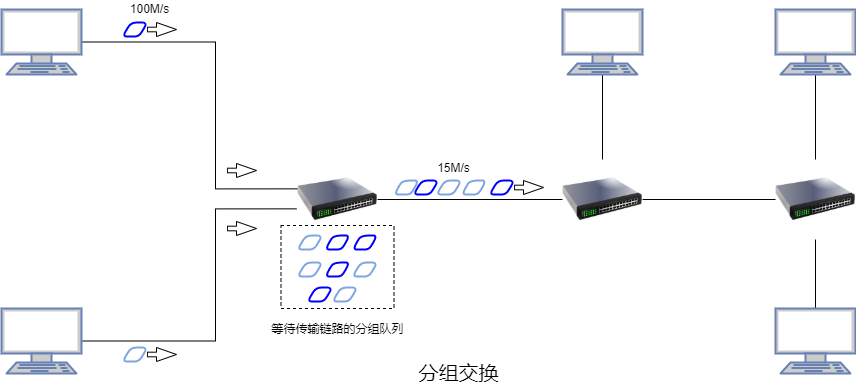
Earlier version of the draw.io export compute-networking/img/packet_switching.png (an-die-freude/computer-network-note). Source tidied: cells renumbered, new cells last; positions are measured from the earlier drawing's top-left corner, leaving out a move shared by most shapes. Source of this version:
```xml
<mxGraphModel>
  <root>
    <mxCell id="0" />
    <mxCell id="1" parent="0" />
    <mxCell id="2" style="edgeStyle=orthogonalEdgeStyle;rounded=0;jettySize=auto;html=1;entryX=0.004;entryY=0.367;entryDx=0;entryDy=0;endArrow=none;endFill=0;entryPerimeter=0;" parent="1" edge="1" source="3" target="7">
      <mxGeometry relative="1" as="geometry">
        <Array as="points">
          <mxPoint x="214" y="42" />
          <mxPoint x="214" y="188" />
        </Array>
      </mxGeometry>
    </mxCell>
    <mxCell id="3" style="fontColor=#0066CC;verticalAlign=top;verticalLabelPosition=bottom;labelPosition=center;align=center;html=1;outlineConnect=0;fillColor=#CCCCCC;strokeColor=#6881B3;gradientColor=none;gradientDirection=north;strokeWidth=2;shape=mxgraph.networks.terminal;" parent="1" vertex="1">
      <mxGeometry y="9" width="80" height="65" as="geometry" />
    </mxCell>
    <mxCell id="4" style="edgeStyle=orthogonalEdgeStyle;rounded=0;jettySize=auto;html=1;entryX=-0.012;entryY=0.617;entryDx=0;entryDy=0;endArrow=none;endFill=0;entryPerimeter=0;" parent="1" edge="1" source="5" target="7">
      <mxGeometry relative="1" as="geometry">
        <Array as="points">
          <mxPoint x="214" y="341" />
          <mxPoint x="214" y="208" />
        </Array>
      </mxGeometry>
    </mxCell>
    <mxCell id="5" style="fontColor=#0066CC;verticalAlign=top;verticalLabelPosition=bottom;labelPosition=center;align=center;html=1;outlineConnect=0;fillColor=#CCCCCC;strokeColor=#6881B3;gradientColor=none;gradientDirection=north;strokeWidth=2;shape=mxgraph.networks.terminal;" parent="1" vertex="1">
      <mxGeometry y="308" width="80" height="65" as="geometry" />
    </mxCell>
    <mxCell id="6" style="edgeStyle=orthogonalEdgeStyle;rounded=0;jettySize=auto;html=1;entryX=0;entryY=0.5;entryDx=0;entryDy=0;endArrow=none;endFill=0;" parent="1" edge="1" source="7" target="11">
      <mxGeometry relative="1" as="geometry" />
    </mxCell>
    <mxCell id="7" style="image;html=1;image=img/lib/clip_art/networking/Switch_128x128.png;" parent="1" vertex="1">
      <mxGeometry x="296" y="159" width="80" height="80" as="geometry" />
    </mxCell>
    <mxCell id="8" style="edgeStyle=orthogonalEdgeStyle;rounded=0;jettySize=auto;html=1;endArrow=none;endFill=0;" parent="1" edge="1" source="9" target="11">
      <mxGeometry relative="1" as="geometry" />
    </mxCell>
    <mxCell id="9" style="fontColor=#0066CC;verticalAlign=top;verticalLabelPosition=bottom;labelPosition=center;align=center;html=1;outlineConnect=0;fillColor=#CCCCCC;strokeColor=#6881B3;gradientColor=none;gradientDirection=north;strokeWidth=2;shape=mxgraph.networks.terminal;" parent="1" vertex="1">
      <mxGeometry x="561" y="9" width="80" height="65" as="geometry" />
    </mxCell>
    <mxCell id="10" style="edgeStyle=orthogonalEdgeStyle;rounded=0;jettySize=auto;html=1;endArrow=none;endFill=0;" parent="1" edge="1" source="11" target="13">
      <mxGeometry relative="1" as="geometry" />
    </mxCell>
    <mxCell id="11" style="image;html=1;image=img/lib/clip_art/networking/Switch_128x128.png;" parent="1" vertex="1">
      <mxGeometry x="561" y="159" width="80" height="80" as="geometry" />
    </mxCell>
    <mxCell id="12" style="edgeStyle=orthogonalEdgeStyle;rounded=0;jettySize=auto;html=1;endArrow=none;endFill=0;" parent="1" edge="1" source="13" target="16">
      <mxGeometry relative="1" as="geometry" />
    </mxCell>
    <mxCell id="13" style="image;html=1;image=img/lib/clip_art/networking/Switch_128x128.png;imageBorder=none;" parent="1" vertex="1">
      <mxGeometry x="774" y="159" width="80" height="80" as="geometry" />
    </mxCell>
    <mxCell id="14" style="edgeStyle=orthogonalEdgeStyle;rounded=0;jettySize=auto;html=1;endArrow=none;endFill=0;" parent="1" edge="1" source="15" target="13">
      <mxGeometry relative="1" as="geometry" />
    </mxCell>
    <mxCell id="15" style="fontColor=#0066CC;verticalAlign=top;verticalLabelPosition=bottom;labelPosition=center;align=center;html=1;outlineConnect=0;fillColor=#CCCCCC;strokeColor=#6881B3;gradientColor=none;gradientDirection=north;strokeWidth=2;shape=mxgraph.networks.terminal;" parent="1" vertex="1">
      <mxGeometry x="774" y="9" width="80" height="65" as="geometry" />
    </mxCell>
    <mxCell id="16" style="fontColor=#0066CC;verticalAlign=top;verticalLabelPosition=bottom;labelPosition=center;align=center;html=1;outlineConnect=0;fillColor=#CCCCCC;strokeColor=#6881B3;gradientColor=none;gradientDirection=north;strokeWidth=2;shape=mxgraph.networks.terminal;" parent="1" vertex="1">
      <mxGeometry x="774" y="308" width="80" height="65" as="geometry" />
    </mxCell>
    <mxCell id="17" style="shape=parallelogram;html=1;strokeWidth=2;perimeter=parallelogramPerimeter;whiteSpace=wrap;rounded=1;arcSize=12;size=0.340001220703125;strokeColor=#0000FF;" parent="1" vertex="1">
      <mxGeometry x="121" y="22" width="25" height="14" as="geometry" />
    </mxCell>
    <mxCell id="18" style="html=1;shadow=0;dashed=0;align=center;verticalAlign=middle;shape=mxgraph.arrows2.arrow;dy=0.67;dx=20;notch=0;" parent="1" vertex="1">
      <mxGeometry x="146" y="22" width="29" height="14" as="geometry" />
    </mxCell>
    <mxCell id="19" style="shape=parallelogram;html=1;strokeWidth=2;perimeter=parallelogramPerimeter;whiteSpace=wrap;rounded=1;arcSize=12;size=0.340001220703125;strokeColor=#7EA6E0;" parent="1" vertex="1">
      <mxGeometry x="121" y="347" width="25" height="14" as="geometry" />
    </mxCell>
    <mxCell id="20" style="html=1;shadow=0;dashed=0;align=center;verticalAlign=middle;shape=mxgraph.arrows2.arrow;dy=0.67;dx=20;notch=0;" parent="1" vertex="1">
      <mxGeometry x="146" y="347" width="29" height="14" as="geometry" />
    </mxCell>
    <mxCell id="21" style="shape=parallelogram;html=1;strokeWidth=2;perimeter=parallelogramPerimeter;whiteSpace=wrap;rounded=1;arcSize=38;size=0.340001220703125;strokeColor=#0000FF;" parent="1" vertex="1">
      <mxGeometry x="323.5" y="235" width="25" height="14" as="geometry" />
    </mxCell>
    <mxCell id="22" style="shape=parallelogram;html=1;strokeWidth=2;perimeter=parallelogramPerimeter;whiteSpace=wrap;rounded=1;arcSize=38;size=0.340001220703125;strokeColor=#0000FF;" parent="1" vertex="1">
      <mxGeometry x="323.5" y="262" width="25" height="14" as="geometry" />
    </mxCell>
    <mxCell id="23" style="shape=parallelogram;html=1;strokeWidth=2;perimeter=parallelogramPerimeter;whiteSpace=wrap;rounded=1;arcSize=38;size=0.340001220703125;strokeColor=#0000FF;" parent="1" vertex="1">
      <mxGeometry x="351" y="235" width="25" height="14" as="geometry" />
    </mxCell>
    <mxCell id="24" style="shape=parallelogram;html=1;strokeWidth=2;perimeter=parallelogramPerimeter;whiteSpace=wrap;rounded=1;arcSize=12;size=0.340001220703125;strokeColor=#7EA6E0;" parent="1" vertex="1">
      <mxGeometry x="296" y="262" width="25" height="14" as="geometry" />
    </mxCell>
    <mxCell id="25" style="shape=parallelogram;html=1;strokeWidth=2;perimeter=parallelogramPerimeter;whiteSpace=wrap;rounded=1;arcSize=12;size=0.340001220703125;strokeColor=#7EA6E0;" parent="1" vertex="1">
      <mxGeometry x="296" y="235" width="25" height="14" as="geometry" />
    </mxCell>
    <mxCell id="26" style="shape=parallelogram;html=1;strokeWidth=2;perimeter=parallelogramPerimeter;whiteSpace=wrap;rounded=1;arcSize=12;size=0.340001220703125;strokeColor=#7EA6E0;" parent="1" vertex="1">
      <mxGeometry x="351" y="262" width="25" height="14" as="geometry" />
    </mxCell>
    <mxCell id="27" style="shape=parallelogram;html=1;strokeWidth=2;perimeter=parallelogramPerimeter;whiteSpace=wrap;rounded=1;arcSize=12;size=0.340001220703125;strokeColor=#0000FF;" parent="1" vertex="1">
      <mxGeometry x="306" y="287" width="25" height="14" as="geometry" />
    </mxCell>
    <mxCell id="28" style="shape=parallelogram;html=1;strokeWidth=2;perimeter=parallelogramPerimeter;whiteSpace=wrap;rounded=1;arcSize=12;size=0.340001220703125;strokeColor=#7EA6E0;" parent="1" vertex="1">
      <mxGeometry x="331" y="287" width="25" height="14" as="geometry" />
    </mxCell>
    <mxCell id="29" style="rounded=0;whiteSpace=wrap;html=1;strokeColor=#000000;fillColor=none;dashed=1;" parent="1" vertex="1">
      <mxGeometry x="279.5" y="225" width="113" height="83" as="geometry" />
    </mxCell>
    <mxCell id="30" value="等待传输链路的分组队列" style="text;html=1;align=center;verticalAlign=middle;strokeColor=none;fillColor=none;" parent="1" vertex="1">
      <mxGeometry x="265" y="320" width="142" height="18" as="geometry" />
    </mxCell>
    <mxCell id="31" value="100M/s" style="text;html=1;align=center;verticalAlign=middle;strokeColor=none;fillColor=none;" parent="1" vertex="1">
      <mxGeometry x="123" width="49" height="18" as="geometry" />
    </mxCell>
    <mxCell id="32" style="shape=parallelogram;html=1;strokeWidth=2;perimeter=parallelogramPerimeter;whiteSpace=wrap;rounded=1;arcSize=12;size=0.340001220703125;strokeColor=#0000FF;" parent="1" vertex="1">
      <mxGeometry x="488" y="180" width="25" height="14" as="geometry" />
    </mxCell>
    <mxCell id="33" style="html=1;shadow=0;dashed=0;align=center;verticalAlign=middle;shape=mxgraph.arrows2.arrow;dy=0.67;dx=20;notch=0;" parent="1" vertex="1">
      <mxGeometry x="513" y="180" width="29" height="14" as="geometry" />
    </mxCell>
    <mxCell id="34" style="shape=parallelogram;html=1;strokeWidth=2;perimeter=parallelogramPerimeter;whiteSpace=wrap;rounded=1;arcSize=50;size=0.340001220703125;strokeColor=#7EA6E0;" parent="1" vertex="1">
      <mxGeometry x="460" y="180" width="25" height="14" as="geometry" />
    </mxCell>
    <mxCell id="35" style="shape=parallelogram;html=1;strokeWidth=2;perimeter=parallelogramPerimeter;whiteSpace=wrap;rounded=1;arcSize=12;size=0.340001220703125;strokeColor=#7EA6E0;" parent="1" vertex="1">
      <mxGeometry x="435" y="180" width="25" height="14" as="geometry" />
    </mxCell>
    <mxCell id="36" style="shape=parallelogram;html=1;strokeWidth=2;perimeter=parallelogramPerimeter;whiteSpace=wrap;rounded=1;arcSize=12;size=0.340001220703125;strokeColor=#0000FF;" parent="1" vertex="1">
      <mxGeometry x="412" y="180" width="25" height="14" as="geometry" />
    </mxCell>
    <mxCell id="37" style="shape=parallelogram;html=1;strokeWidth=2;perimeter=parallelogramPerimeter;whiteSpace=wrap;rounded=1;arcSize=50;size=0.340001220703125;strokeColor=#7EA6E0;" parent="1" vertex="1">
      <mxGeometry x="392.5" y="180" width="25" height="14" as="geometry" />
    </mxCell>
    <mxCell id="38" value="15M/s" style="text;html=1;align=center;verticalAlign=middle;strokeColor=none;fillColor=none;" parent="1" vertex="1">
      <mxGeometry x="430" y="159" width="43" height="18" as="geometry" />
    </mxCell>
    <mxCell id="39" style="html=1;shadow=0;dashed=0;align=center;verticalAlign=middle;shape=mxgraph.arrows2.arrow;dy=0.67;dx=20;notch=0;" parent="1" vertex="1">
      <mxGeometry x="226" y="163" width="29" height="14" as="geometry" />
    </mxCell>
    <mxCell id="40" style="html=1;shadow=0;dashed=0;align=center;verticalAlign=middle;shape=mxgraph.arrows2.arrow;dy=0.67;dx=20;notch=0;" parent="1" vertex="1">
      <mxGeometry x="226" y="221" width="29" height="14" as="geometry" />
    </mxCell>
    <mxCell id="41" value="&lt;font style=&quot;font-size: 20px&quot;&gt;分组交换&lt;/font&gt;" style="text;html=1;align=center;verticalAlign=middle;strokeColor=none;fillColor=none;" parent="1" vertex="1">
      <mxGeometry x="412" y="361" width="90" height="21" as="geometry" />
    </mxCell>
  </root>
</mxGraphModel>
```
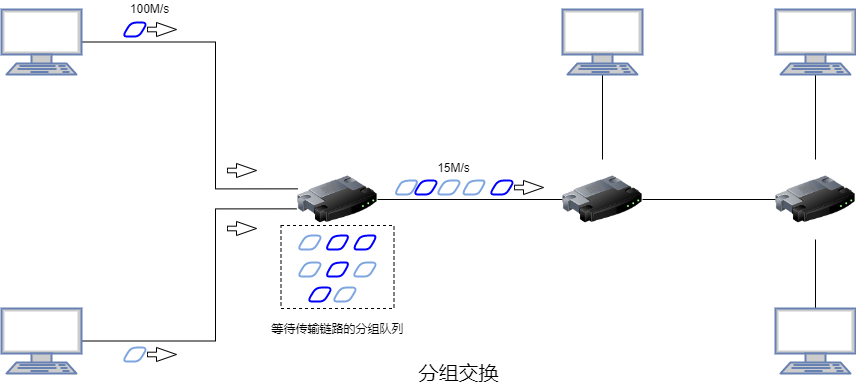
After the commit.

The edit, as a diff of the source:
```diff
@@ -2,8 +2,9 @@
   <root>
     <mxCell id="0" />
     <mxCell id="1" parent="0" />
-    <mxCell id="2" style="edgeStyle=orthogonalEdgeStyle;rounded=0;jettySize=auto;html=1;entryX=0.004;entryY=0.367;entryDx=0;entryDy=0;endArrow=none;endFill=0;entryPerimeter=0;" parent="1" edge="1" source="3" target="7">
+    <mxCell id="2" style="edgeStyle=orthogonalEdgeStyle;rounded=0;jettySize=auto;html=1;entryX=0.004;entryY=0.367;entryDx=0;entryDy=0;endArrow=none;endFill=0;entryPerimeter=0;" parent="1" edge="1" source="3">
       <mxGeometry relative="1" as="geometry">
+        <mxPoint x="296.3" y="188.4" as="targetPoint" />
         <Array as="points">
           <mxPoint x="214" y="42" />
           <mxPoint x="214" y="188" />
@@ -13,8 +14,9 @@
     <mxCell id="3" style="fontColor=#0066CC;verticalAlign=top;verticalLabelPosition=bottom;labelPosition=center;align=center;html=1;outlineConnect=0;fillColor=#CCCCCC;strokeColor=#6881B3;gradientColor=none;gradientDirection=north;strokeWidth=2;shape=mxgraph.networks.terminal;" parent="1" vertex="1">
       <mxGeometry y="9" width="80" height="65" as="geometry" />
     </mxCell>
-    <mxCell id="4" style="edgeStyle=orthogonalEdgeStyle;rounded=0;jettySize=auto;html=1;entryX=-0.012;entryY=0.617;entryDx=0;entryDy=0;endArrow=none;endFill=0;entryPerimeter=0;" parent="1" edge="1" source="5" target="7">
+    <mxCell id="4" style="edgeStyle=orthogonalEdgeStyle;rounded=0;jettySize=auto;html=1;entryX=-0.012;entryY=0.617;entryDx=0;entryDy=0;endArrow=none;endFill=0;entryPerimeter=0;" parent="1" edge="1" source="5">
       <mxGeometry relative="1" as="geometry">
+        <mxPoint x="295" y="208.4" as="targetPoint" />
         <Array as="points">
           <mxPoint x="214" y="341" />
           <mxPoint x="214" y="208" />
@@ -24,32 +26,35 @@
     <mxCell id="5" style="fontColor=#0066CC;verticalAlign=top;verticalLabelPosition=bottom;labelPosition=center;align=center;html=1;outlineConnect=0;fillColor=#CCCCCC;strokeColor=#6881B3;gradientColor=none;gradientDirection=north;strokeWidth=2;shape=mxgraph.networks.terminal;" parent="1" vertex="1">
       <mxGeometry y="308" width="80" height="65" as="geometry" />
     </mxCell>
-    <mxCell id="6" style="edgeStyle=orthogonalEdgeStyle;rounded=0;jettySize=auto;html=1;entryX=0;entryY=0.5;entryDx=0;entryDy=0;endArrow=none;endFill=0;" parent="1" edge="1" source="7" target="11">
-      <mxGeometry relative="1" as="geometry" />
+    <mxCell id="6" style="edgeStyle=orthogonalEdgeStyle;rounded=0;orthogonalLoop=1;jettySize=auto;html=1;entryX=0;entryY=0.5;entryDx=0;entryDy=0;endArrow=none;endFill=0;" parent="1" edge="1">
+      <mxGeometry relative="1" as="geometry">
+        <mxPoint x="376" y="199" as="sourcePoint" />
+        <mxPoint x="561" y="199" as="targetPoint" />
+      </mxGeometry>
     </mxCell>
-    <mxCell id="7" style="image;html=1;image=img/lib/clip_art/networking/Switch_128x128.png;" parent="1" vertex="1">
-      <mxGeometry x="296" y="159" width="80" height="80" as="geometry" />
-    </mxCell>
-    <mxCell id="8" style="edgeStyle=orthogonalEdgeStyle;rounded=0;jettySize=auto;html=1;endArrow=none;endFill=0;" parent="1" edge="1" source="9" target="11">
-      <mxGeometry relative="1" as="geometry" />
+    <mxCell id="8" style="edgeStyle=orthogonalEdgeStyle;rounded=0;jettySize=auto;html=1;endArrow=none;endFill=0;" parent="1" edge="1" source="9">
+      <mxGeometry relative="1" as="geometry">
+        <mxPoint x="601" y="159" as="targetPoint" />
+      </mxGeometry>
     </mxCell>
     <mxCell id="9" style="fontColor=#0066CC;verticalAlign=top;verticalLabelPosition=bottom;labelPosition=center;align=center;html=1;outlineConnect=0;fillColor=#CCCCCC;strokeColor=#6881B3;gradientColor=none;gradientDirection=north;strokeWidth=2;shape=mxgraph.networks.terminal;" parent="1" vertex="1">
       <mxGeometry x="561" y="9" width="80" height="65" as="geometry" />
     </mxCell>
-    <mxCell id="10" style="edgeStyle=orthogonalEdgeStyle;rounded=0;jettySize=auto;html=1;endArrow=none;endFill=0;" parent="1" edge="1" source="11" target="13">
-      <mxGeometry relative="1" as="geometry" />
+    <mxCell id="10" style="edgeStyle=orthogonalEdgeStyle;rounded=0;orthogonalLoop=1;jettySize=auto;html=1;endArrow=none;endFill=0;" parent="1" edge="1">
+      <mxGeometry relative="1" as="geometry">
+        <mxPoint x="641" y="199" as="sourcePoint" />
+        <mxPoint x="774" y="199" as="targetPoint" />
+      </mxGeometry>
     </mxCell>
-    <mxCell id="11" style="image;html=1;image=img/lib/clip_art/networking/Switch_128x128.png;" parent="1" vertex="1">
-      <mxGeometry x="561" y="159" width="80" height="80" as="geometry" />
-    </mxCell>
-    <mxCell id="12" style="edgeStyle=orthogonalEdgeStyle;rounded=0;jettySize=auto;html=1;endArrow=none;endFill=0;" parent="1" edge="1" source="13" target="16">
-      <mxGeometry relative="1" as="geometry" />
+    <mxCell id="12" style="edgeStyle=orthogonalEdgeStyle;rounded=0;jettySize=auto;html=1;endArrow=none;endFill=0;" parent="1" edge="1" target="16">
+      <mxGeometry relative="1" as="geometry">
+        <mxPoint x="814" y="239" as="sourcePoint" />
+      </mxGeometry>
     </mxCell>
-    <mxCell id="13" style="image;html=1;image=img/lib/clip_art/networking/Switch_128x128.png;imageBorder=none;" parent="1" vertex="1">
-      <mxGeometry x="774" y="159" width="80" height="80" as="geometry" />
-    </mxCell>
-    <mxCell id="14" style="edgeStyle=orthogonalEdgeStyle;rounded=0;jettySize=auto;html=1;endArrow=none;endFill=0;" parent="1" edge="1" source="15" target="13">
-      <mxGeometry relative="1" as="geometry" />
+    <mxCell id="14" style="edgeStyle=orthogonalEdgeStyle;rounded=0;jettySize=auto;html=1;endArrow=none;endFill=0;" parent="1" edge="1" source="15">
+      <mxGeometry relative="1" as="geometry">
+        <mxPoint x="814" y="159" as="targetPoint" />
+      </mxGeometry>
     </mxCell>
     <mxCell id="15" style="fontColor=#0066CC;verticalAlign=top;verticalLabelPosition=bottom;labelPosition=center;align=center;html=1;outlineConnect=0;fillColor=#CCCCCC;strokeColor=#6881B3;gradientColor=none;gradientDirection=north;strokeWidth=2;shape=mxgraph.networks.terminal;" parent="1" vertex="1">
       <mxGeometry x="774" y="9" width="80" height="65" as="geometry" />
@@ -132,5 +137,14 @@
     <mxCell id="41" value="&lt;font style=&quot;font-size: 20px&quot;&gt;分组交换&lt;/font&gt;" style="text;html=1;align=center;verticalAlign=middle;strokeColor=none;fillColor=none;" parent="1" vertex="1">
       <mxGeometry x="412" y="361" width="90" height="21" as="geometry" />
     </mxCell>
+    <mxCell id="42" style="image;html=1;image=img/lib/clip_art/networking/Router_128x128.png;" parent="1" vertex="1">
+      <mxGeometry x="296" y="159" width="80" height="80" as="geometry" />
+    </mxCell>
+    <mxCell id="43" style="image;html=1;image=img/lib/clip_art/networking/Router_128x128.png;" parent="1" vertex="1">
+      <mxGeometry x="561" y="159" width="80" height="80" as="geometry" />
+    </mxCell>
+    <mxCell id="44" style="image;html=1;image=img/lib/clip_art/networking/Router_128x128.png;" parent="1" vertex="1">
+      <mxGeometry x="774" y="159" width="80" height="80" as="geometry" />
+    </mxCell>
   </root>
 </mxGraphModel>
```
